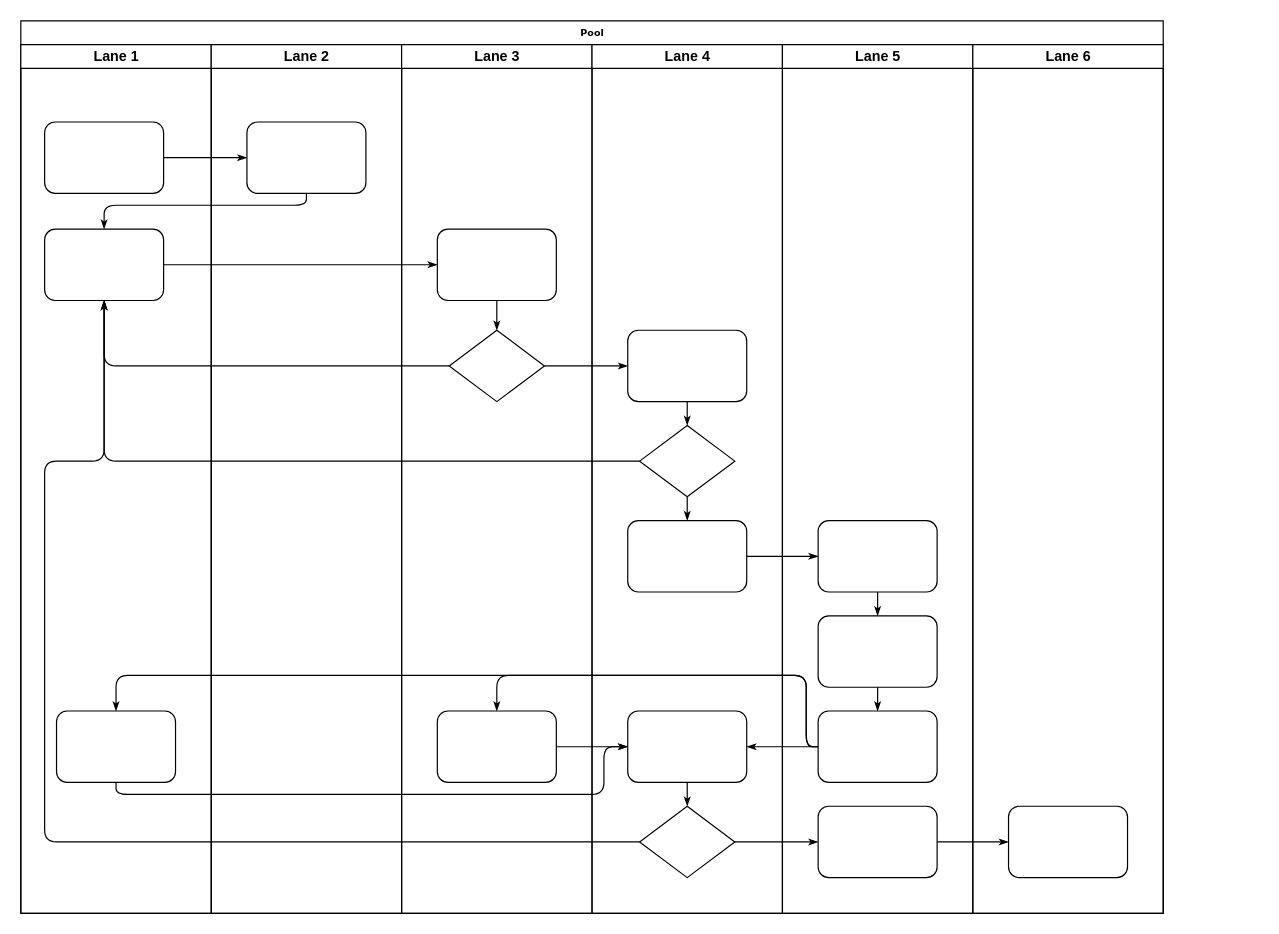
This is Diagrama sem nome.drawio from GabHanna/python, a draw.io file, before an edit. Source tidied: cells renumbered, new cells numbered last; positions are measured from the earlier drawing's top-left corner, leaving out a move shared by most shapes. Both pictures are drawn from the tidied source at 119%, with x=0, y=0 at pixel (20, 20).
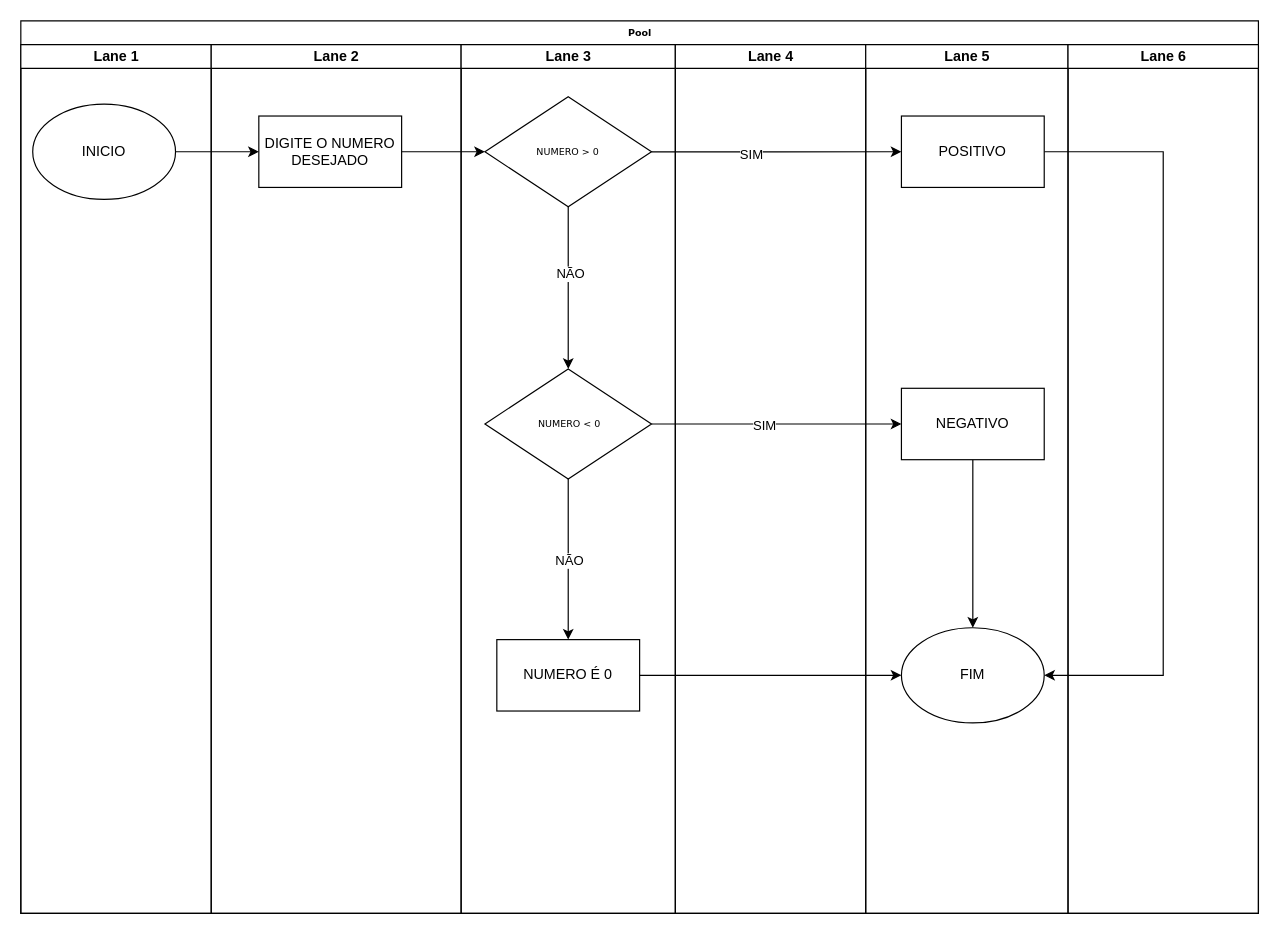
The same diagram, later.

Commit message:
Fluxograma validação do número.drawio

Unchanged cells that the change refers to:
```xml
<mxCell id="3" value="Lane 1" style="swimlane;html=1;startSize=20;" parent="2" vertex="1">
  <mxGeometry y="20" width="160" height="730" as="geometry" />
</mxCell>
```

What changed in the source:
```diff
@@
     <mxCell id="2" value="Pool" style="swimlane;html=1;startSize=20;rounded=0;shadow=0;labelBackgroundColor=none;strokeWidth=1;fontFamily=Verdana;fontSize=8;align=center;" parent="1" vertex="1">
-      <mxGeometry width="960" height="750" as="geometry" />
+      <mxGeometry width="1040" height="750" as="geometry" />
     </mxCell>
@@
-    <mxCell id="4" style="rounded=1;whiteSpace=wrap;html=1;shadow=0;labelBackgroundColor=none;strokeWidth=1;fontFamily=Verdana;fontSize=8;align=center;" parent="3" vertex="1">
-      <mxGeometry x="20" y="65" width="100" height="60" as="geometry" />
-    </mxCell>
-    <mxCell id="5" style="rounded=1;whiteSpace=wrap;html=1;shadow=0;labelBackgroundColor=none;strokeWidth=1;fontFamily=Verdana;fontSize=8;align=center;" parent="3" vertex="1">
-      <mxGeometry x="20" y="155" width="100" height="60" as="geometry" />
-    </mxCell>
-    <mxCell id="6" style="rounded=1;whiteSpace=wrap;html=1;shadow=0;labelBackgroundColor=none;strokeWidth=1;fontFamily=Verdana;fontSize=8;align=center;" parent="3" vertex="1">
-      <mxGeometry x="30" y="560" width="100" height="60" as="geometry" />
-    </mxCell>
-    <mxCell id="7" style="edgeStyle=orthogonalEdgeStyle;rounded=1;html=1;labelBackgroundColor=none;startArrow=none;startFill=0;startSize=5;endArrow=classicThin;endFill=1;endSize=5;jettySize=auto;strokeWidth=1;fontFamily=Verdana;fontSize=8;" parent="2" edge="1" source="4" target="23">
-      <mxGeometry relative="1" as="geometry" />
-    </mxCell>
-    <mxCell id="8" style="edgeStyle=orthogonalEdgeStyle;rounded=1;html=1;labelBackgroundColor=none;startArrow=none;startFill=0;startSize=5;endArrow=classicThin;endFill=1;endSize=5;jettySize=auto;strokeWidth=1;fontFamily=Verdana;fontSize=8;" parent="2" edge="1" source="23" target="5">
-      <mxGeometry relative="1" as="geometry">
-        <Array as="points">
-          <mxPoint x="240" y="155" />
-          <mxPoint x="70" y="155" />
-        </Array>
-      </mxGeometry>
-    </mxCell>
-    <mxCell id="9" style="edgeStyle=orthogonalEdgeStyle;rounded=1;html=1;labelBackgroundColor=none;startArrow=none;startFill=0;startSize=5;endArrow=classicThin;endFill=1;endSize=5;jettySize=auto;strokeWidth=1;fontFamily=Verdana;fontSize=8;" parent="2" edge="1" source="5" target="25">
-      <mxGeometry relative="1" as="geometry" />
-    </mxCell>
-    <mxCell id="10" style="edgeStyle=orthogonalEdgeStyle;rounded=1;html=1;labelBackgroundColor=none;startArrow=none;startFill=0;startSize=5;endArrow=classicThin;endFill=1;endSize=5;jettySize=auto;strokeWidth=1;fontFamily=Verdana;fontSize=8;" parent="2" edge="1" source="26" target="5">
-      <mxGeometry relative="1" as="geometry" />
-    </mxCell>
-    <mxCell id="11" style="edgeStyle=orthogonalEdgeStyle;rounded=1;html=1;labelBackgroundColor=none;startArrow=none;startFill=0;startSize=5;endArrow=classicThin;endFill=1;endSize=5;jettySize=auto;strokeWidth=1;fontFamily=Verdana;fontSize=8;" parent="2" edge="1" source="31" target="5">
-      <mxGeometry relative="1" as="geometry" />
-    </mxCell>
-    <mxCell id="12" style="edgeStyle=orthogonalEdgeStyle;rounded=1;html=1;labelBackgroundColor=none;startArrow=none;startFill=0;startSize=5;endArrow=classicThin;endFill=1;endSize=5;jettySize=auto;strokeWidth=1;fontFamily=Verdana;fontSize=8;" parent="2" edge="1" source="34" target="5">
-      <mxGeometry relative="1" as="geometry">
-        <Array as="points">
-          <mxPoint x="20" y="690" />
-          <mxPoint x="20" y="370" />
-          <mxPoint x="70" y="370" />
-        </Array>
-      </mxGeometry>
-    </mxCell>
-    <mxCell id="13" style="edgeStyle=orthogonalEdgeStyle;rounded=1;html=1;labelBackgroundColor=none;startArrow=none;startFill=0;startSize=5;endArrow=classicThin;endFill=1;endSize=5;jettySize=auto;strokeWidth=1;fontFamily=Verdana;fontSize=8;" parent="2" edge="1" source="26" target="30">
-      <mxGeometry relative="1" as="geometry" />
-    </mxCell>
-    <mxCell id="14" style="edgeStyle=orthogonalEdgeStyle;rounded=1;html=1;labelBackgroundColor=none;startArrow=none;startFill=0;startSize=5;endArrow=classicThin;endFill=1;endSize=5;jettySize=auto;strokeWidth=1;fontFamily=Verdana;fontSize=8;" parent="2" edge="1" source="34" target="42">
-      <mxGeometry relative="1" as="geometry" />
-    </mxCell>
-    <mxCell id="15" style="edgeStyle=orthogonalEdgeStyle;rounded=1;html=1;labelBackgroundColor=none;startArrow=none;startFill=0;startSize=5;endArrow=classicThin;endFill=1;endSize=5;jettySize=auto;strokeWidth=1;fontFamily=Verdana;fontSize=8;" parent="2" edge="1" source="42" target="46">
-      <mxGeometry relative="1" as="geometry" />
-    </mxCell>
-    <mxCell id="16" style="edgeStyle=orthogonalEdgeStyle;rounded=1;html=1;labelBackgroundColor=none;startArrow=none;startFill=0;startSize=5;endArrow=classicThin;endFill=1;endSize=5;jettySize=auto;strokeWidth=1;fontFamily=Verdana;fontSize=8;" parent="2" edge="1" source="32" target="39">
-      <mxGeometry relative="1" as="geometry" />
-    </mxCell>
-    <mxCell id="17" style="edgeStyle=orthogonalEdgeStyle;rounded=1;html=1;labelBackgroundColor=none;startArrow=none;startFill=0;startSize=5;endArrow=classicThin;endFill=1;endSize=5;jettySize=auto;strokeWidth=1;fontFamily=Verdana;fontSize=8;" parent="2" edge="1" source="41" target="27">
-      <mxGeometry relative="1" as="geometry">
-        <Array as="points">
-          <mxPoint x="660" y="610" />
-          <mxPoint x="660" y="550" />
-          <mxPoint x="400" y="550" />
-        </Array>
-      </mxGeometry>
-    </mxCell>
-    <mxCell id="18" style="edgeStyle=orthogonalEdgeStyle;rounded=1;html=1;labelBackgroundColor=none;startArrow=none;startFill=0;startSize=5;endArrow=classicThin;endFill=1;endSize=5;jettySize=auto;strokeColor=#000000;strokeWidth=1;fontFamily=Verdana;fontSize=8;fontColor=#000000;" parent="2" edge="1" source="41" target="33">
-      <mxGeometry relative="1" as="geometry" />
-    </mxCell>
-    <mxCell id="19" style="edgeStyle=orthogonalEdgeStyle;rounded=1;html=1;labelBackgroundColor=none;startArrow=none;startFill=0;startSize=5;endArrow=classicThin;endFill=1;endSize=5;jettySize=auto;strokeWidth=1;fontFamily=Verdana;fontSize=8;" parent="2" edge="1" source="41" target="6">
-      <mxGeometry relative="1" as="geometry">
-        <Array as="points">
-          <mxPoint x="660" y="610" />
-          <mxPoint x="660" y="550" />
-          <mxPoint x="80" y="550" />
-        </Array>
-      </mxGeometry>
-    </mxCell>
-    <mxCell id="20" style="edgeStyle=orthogonalEdgeStyle;rounded=1;html=1;labelBackgroundColor=none;startArrow=none;startFill=0;startSize=5;endArrow=classicThin;endFill=1;endSize=5;jettySize=auto;strokeWidth=1;fontFamily=Verdana;fontSize=8;" parent="2" edge="1" source="6" target="33">
-      <mxGeometry relative="1" as="geometry">
-        <Array as="points">
-          <mxPoint x="80" y="650" />
-          <mxPoint x="490" y="650" />
-          <mxPoint x="490" y="610" />
-        </Array>
-      </mxGeometry>
-    </mxCell>
-    <mxCell id="21" style="edgeStyle=orthogonalEdgeStyle;rounded=1;html=1;labelBackgroundColor=none;startArrow=none;startFill=0;startSize=5;endArrow=classicThin;endFill=1;endSize=5;jettySize=auto;strokeWidth=1;fontFamily=Verdana;fontSize=8;" parent="2" edge="1" source="27" target="33">
-      <mxGeometry relative="1" as="geometry" />
-    </mxCell>
+    <mxCell id="47" value="INICIO" style="ellipse;whiteSpace=wrap;html=1;" parent="3" vertex="1">
+      <mxGeometry x="10" y="50" width="120" height="80" as="geometry" />
+    </mxCell>
     <mxCell id="22" value="Lane 2" style="swimlane;html=1;startSize=20;" parent="2" vertex="1">
-      <mxGeometry x="160" y="20" width="160" height="730" as="geometry" />
+      <mxGeometry x="160" y="20" width="210" height="730" as="geometry" />
     </mxCell>
-    <mxCell id="23" style="rounded=1;whiteSpace=wrap;html=1;shadow=0;labelBackgroundColor=none;strokeWidth=1;fontFamily=Verdana;fontSize=8;align=center;" parent="22" vertex="1">
-      <mxGeometry x="30" y="65" width="100" height="60" as="geometry" />
-    </mxCell>
+    <mxCell id="48" value="DIGITE O NUMERO DESEJADO" style="rounded=0;whiteSpace=wrap;html=1;" parent="22" vertex="1">
+      <mxGeometry x="40" y="60" width="120" height="60" as="geometry" />
+    </mxCell>
     <mxCell id="24" value="Lane 3" style="swimlane;html=1;startSize=20;" parent="2" vertex="1">
-      <mxGeometry x="320" y="20" width="160" height="730" as="geometry" />
+      <mxGeometry x="370" y="20" width="180" height="730" as="geometry" />
     </mxCell>
-    <mxCell id="25" style="rounded=1;whiteSpace=wrap;html=1;shadow=0;labelBackgroundColor=none;strokeWidth=1;fontFamily=Verdana;fontSize=8;align=center;" parent="24" vertex="1">
-      <mxGeometry x="30" y="155" width="100" height="60" as="geometry" />
-    </mxCell>
-    <mxCell id="26" style="rhombus;whiteSpace=wrap;html=1;rounded=0;shadow=0;labelBackgroundColor=none;strokeWidth=1;fontFamily=Verdana;fontSize=8;align=center;" parent="24" vertex="1">
-      <mxGeometry x="40" y="240" width="80" height="60" as="geometry" />
-    </mxCell>
-    <mxCell id="27" style="rounded=1;whiteSpace=wrap;html=1;shadow=0;labelBackgroundColor=none;strokeWidth=1;fontFamily=Verdana;fontSize=8;align=center;" parent="24" vertex="1">
-      <mxGeometry x="30" y="560" width="100" height="60" as="geometry" />
-    </mxCell>
-    <mxCell id="28" style="edgeStyle=orthogonalEdgeStyle;rounded=1;html=1;labelBackgroundColor=none;startArrow=none;startFill=0;startSize=5;endArrow=classicThin;endFill=1;endSize=5;jettySize=auto;strokeWidth=1;fontFamily=Verdana;fontSize=8;" parent="24" edge="1" source="25" target="26">
-      <mxGeometry relative="1" as="geometry" />
-    </mxCell>
+    <mxCell id="49" style="edgeStyle=orthogonalEdgeStyle;rounded=0;jettySize=auto;html=1;entryX=0.5;entryY=0;entryDx=0;entryDy=0;" parent="24" edge="1" source="51" target="54">
+      <mxGeometry relative="1" as="geometry" />
+    </mxCell>
+    <mxCell id="50" value="NÃO" style="edgeLabel;html=1;align=center;verticalAlign=middle;" parent="49" vertex="1">
+      <mxGeometry x="-0.18" y="1" relative="1" as="geometry" />
+    </mxCell>
+    <mxCell id="51" value="NUMERO &amp;gt; 0" style="rhombus;whiteSpace=wrap;html=1;rounded=0;shadow=0;labelBackgroundColor=none;strokeWidth=1;fontFamily=Verdana;fontSize=8;align=center;" parent="24" vertex="1">
+      <mxGeometry x="20" y="43.8" width="140" height="92.5" as="geometry" />
+    </mxCell>
+    <mxCell id="52" style="edgeStyle=orthogonalEdgeStyle;rounded=0;jettySize=auto;html=1;entryX=0.5;entryY=0;entryDx=0;entryDy=0;" parent="24" edge="1" source="54" target="55">
+      <mxGeometry relative="1" as="geometry" />
+    </mxCell>
+    <mxCell id="53" value="NÃO" style="edgeLabel;html=1;align=center;verticalAlign=middle;" parent="52" vertex="1">
+      <mxGeometry x="0.01" relative="1" as="geometry" />
+    </mxCell>
+    <mxCell id="54" value="&amp;nbsp;NUMERO &amp;lt; 0" style="rhombus;whiteSpace=wrap;html=1;rounded=0;shadow=0;labelBackgroundColor=none;strokeWidth=1;fontFamily=Verdana;fontSize=8;align=center;" parent="24" vertex="1">
+      <mxGeometry x="20" y="272.5" width="140" height="92.5" as="geometry" />
+    </mxCell>
+    <mxCell id="55" value="NUMERO É 0" style="rounded=0;whiteSpace=wrap;html=1;" parent="24" vertex="1">
+      <mxGeometry x="30" y="500" width="120" height="60" as="geometry" />
+    </mxCell>
     <mxCell id="29" value="Lane 4" style="swimlane;html=1;startSize=20;" parent="2" vertex="1">
-      <mxGeometry x="480" y="20" width="160" height="730" as="geometry" />
+      <mxGeometry x="550" y="20" width="160" height="730" as="geometry" />
     </mxCell>
-    <mxCell id="30" style="rounded=1;whiteSpace=wrap;html=1;shadow=0;labelBackgroundColor=none;strokeWidth=1;fontFamily=Verdana;fontSize=8;align=center;" parent="29" vertex="1">
-      <mxGeometry x="30" y="240" width="100" height="60" as="geometry" />
-    </mxCell>
-    <mxCell id="31" style="rhombus;whiteSpace=wrap;html=1;rounded=0;shadow=0;labelBackgroundColor=none;strokeWidth=1;fontFamily=Verdana;fontSize=8;align=center;" parent="29" vertex="1">
-      <mxGeometry x="40" y="320" width="80" height="60" as="geometry" />
-    </mxCell>
-    <mxCell id="32" style="rounded=1;whiteSpace=wrap;html=1;shadow=0;labelBackgroundColor=none;strokeWidth=1;fontFamily=Verdana;fontSize=8;align=center;" parent="29" vertex="1">
-      <mxGeometry x="30" y="400" width="100" height="60" as="geometry" />
-    </mxCell>
-    <mxCell id="33" style="rounded=1;whiteSpace=wrap;html=1;shadow=0;labelBackgroundColor=none;strokeWidth=1;fontFamily=Verdana;fontSize=8;align=center;" parent="29" vertex="1">
-      <mxGeometry x="30" y="560" width="100" height="60" as="geometry" />
-    </mxCell>
-    <mxCell id="34" style="rhombus;whiteSpace=wrap;html=1;rounded=0;shadow=0;labelBackgroundColor=none;strokeWidth=1;fontFamily=Verdana;fontSize=8;align=center;" parent="29" vertex="1">
-      <mxGeometry x="40" y="640" width="80" height="60" as="geometry" />
-    </mxCell>
-    <mxCell id="35" style="edgeStyle=orthogonalEdgeStyle;rounded=1;html=1;labelBackgroundColor=none;startArrow=none;startFill=0;startSize=5;endArrow=classicThin;endFill=1;endSize=5;jettySize=auto;strokeColor=#000000;strokeWidth=1;fontFamily=Verdana;fontSize=8;fontColor=#000000;" parent="29" edge="1" source="30" target="31">
-      <mxGeometry relative="1" as="geometry" />
-    </mxCell>
-    <mxCell id="36" style="edgeStyle=orthogonalEdgeStyle;rounded=1;html=1;labelBackgroundColor=none;startArrow=none;startFill=0;startSize=5;endArrow=classicThin;endFill=1;endSize=5;jettySize=auto;strokeWidth=1;fontFamily=Verdana;fontSize=8;" parent="29" edge="1" source="31" target="32">
-      <mxGeometry relative="1" as="geometry" />
-    </mxCell>
-    <mxCell id="37" style="edgeStyle=orthogonalEdgeStyle;rounded=1;html=1;labelBackgroundColor=none;startArrow=none;startFill=0;startSize=5;endArrow=classicThin;endFill=1;endSize=5;jettySize=auto;strokeWidth=1;fontFamily=Verdana;fontSize=8;" parent="29" edge="1" source="33" target="34">
-      <mxGeometry relative="1" as="geometry" />
-    </mxCell>
     <mxCell id="38" value="Lane 5" style="swimlane;html=1;startSize=20;" parent="2" vertex="1">
-      <mxGeometry x="640" y="20" width="160" height="730" as="geometry" />
+      <mxGeometry x="710" y="20" width="170" height="730" as="geometry" />
     </mxCell>
-    <mxCell id="39" style="rounded=1;whiteSpace=wrap;html=1;shadow=0;labelBackgroundColor=none;strokeWidth=1;fontFamily=Verdana;fontSize=8;align=center;" parent="38" vertex="1">
-      <mxGeometry x="30" y="400" width="100" height="60" as="geometry" />
-    </mxCell>
-    <mxCell id="40" style="rounded=1;whiteSpace=wrap;html=1;shadow=0;labelBackgroundColor=none;strokeWidth=1;fontFamily=Verdana;fontSize=8;align=center;" parent="38" vertex="1">
-      <mxGeometry x="30" y="480" width="100" height="60" as="geometry" />
-    </mxCell>
-    <mxCell id="41" style="rounded=1;whiteSpace=wrap;html=1;shadow=0;labelBackgroundColor=none;strokeWidth=1;fontFamily=Verdana;fontSize=8;align=center;" parent="38" vertex="1">
-      <mxGeometry x="30" y="560" width="100" height="60" as="geometry" />
-    </mxCell>
-    <mxCell id="42" style="rounded=1;whiteSpace=wrap;html=1;shadow=0;labelBackgroundColor=none;strokeWidth=1;fontFamily=Verdana;fontSize=8;align=center;" parent="38" vertex="1">
-      <mxGeometry x="30" y="640" width="100" height="60" as="geometry" />
-    </mxCell>
-    <mxCell id="43" style="edgeStyle=orthogonalEdgeStyle;rounded=1;html=1;labelBackgroundColor=none;startArrow=none;startFill=0;startSize=5;endArrow=classicThin;endFill=1;endSize=5;jettySize=auto;strokeWidth=1;fontFamily=Verdana;fontSize=8;" parent="38" edge="1" source="39" target="40">
-      <mxGeometry relative="1" as="geometry" />
-    </mxCell>
-    <mxCell id="44" style="edgeStyle=orthogonalEdgeStyle;rounded=1;html=1;labelBackgroundColor=none;startArrow=none;startFill=0;startSize=5;endArrow=classicThin;endFill=1;endSize=5;jettySize=auto;strokeWidth=1;fontFamily=Verdana;fontSize=8;" parent="38" edge="1" source="40" target="41">
-      <mxGeometry relative="1" as="geometry" />
-    </mxCell>
+    <mxCell id="56" value="FIM" style="ellipse;whiteSpace=wrap;html=1;" parent="38" vertex="1">
+      <mxGeometry x="30" y="490" width="120" height="80" as="geometry" />
+    </mxCell>
+    <mxCell id="57" style="edgeStyle=orthogonalEdgeStyle;rounded=0;jettySize=auto;html=1;entryX=1;entryY=0.5;entryDx=0;entryDy=0;" parent="38" edge="1" source="58" target="56">
+      <mxGeometry relative="1" as="geometry">
+        <Array as="points">
+          <mxPoint x="250" y="90" />
+          <mxPoint x="250" y="530" />
+        </Array>
+      </mxGeometry>
+    </mxCell>
+    <mxCell id="58" value="POSITIVO" style="rounded=0;whiteSpace=wrap;html=1;" parent="38" vertex="1">
+      <mxGeometry x="30" y="60" width="120" height="60" as="geometry" />
+    </mxCell>
+    <mxCell id="59" style="edgeStyle=orthogonalEdgeStyle;rounded=0;jettySize=auto;html=1;entryX=0.5;entryY=0;entryDx=0;entryDy=0;" parent="38" edge="1" source="60" target="56">
+      <mxGeometry relative="1" as="geometry" />
+    </mxCell>
+    <mxCell id="60" value="NEGATIVO" style="rounded=0;whiteSpace=wrap;html=1;" parent="38" vertex="1">
+      <mxGeometry x="30" y="288.8" width="120" height="60" as="geometry" />
+    </mxCell>
     <mxCell id="45" value="Lane 6" style="swimlane;html=1;startSize=20;" parent="2" vertex="1">
-      <mxGeometry x="800" y="20" width="160" height="730" as="geometry" />
+      <mxGeometry x="880" y="20" width="160" height="730" as="geometry" />
     </mxCell>
-    <mxCell id="46" style="rounded=1;whiteSpace=wrap;html=1;shadow=0;labelBackgroundColor=none;strokeWidth=1;fontFamily=Verdana;fontSize=8;align=center;" parent="45" vertex="1">
-      <mxGeometry x="30" y="640" width="100" height="60" as="geometry" />
-    </mxCell>
+    <mxCell id="61" style="edgeStyle=orthogonalEdgeStyle;rounded=0;jettySize=auto;html=1;entryX=0;entryY=0.5;entryDx=0;entryDy=0;" parent="2" edge="1" source="51" target="58">
+      <mxGeometry relative="1" as="geometry" />
+    </mxCell>
+    <mxCell id="62" value="SIM" style="edgeLabel;html=1;align=center;verticalAlign=middle;" parent="61" vertex="1">
+      <mxGeometry x="-0.2" y="-1" relative="1" as="geometry">
+        <mxPoint y="1" as="offset" />
+      </mxGeometry>
+    </mxCell>
+    <mxCell id="63" style="edgeStyle=orthogonalEdgeStyle;rounded=0;jettySize=auto;html=1;entryX=0;entryY=0.5;entryDx=0;entryDy=0;" parent="2" edge="1" source="54" target="60">
+      <mxGeometry relative="1" as="geometry" />
+    </mxCell>
+    <mxCell id="64" value="&lt;div&gt;SIM&lt;br&gt;&lt;/div&gt;" style="edgeLabel;html=1;align=center;verticalAlign=middle;" parent="63" vertex="1">
+      <mxGeometry x="-0.1" y="-1" relative="1" as="geometry" />
+    </mxCell>
+    <mxCell id="65" style="edgeStyle=orthogonalEdgeStyle;rounded=0;jettySize=auto;html=1;entryX=0;entryY=0.5;entryDx=0;entryDy=0;" parent="2" edge="1" source="47" target="48">
+      <mxGeometry relative="1" as="geometry" />
+    </mxCell>
+    <mxCell id="66" style="edgeStyle=orthogonalEdgeStyle;rounded=0;jettySize=auto;html=1;entryX=0;entryY=0.5;entryDx=0;entryDy=0;" parent="2" edge="1" source="48" target="51">
+      <mxGeometry relative="1" as="geometry" />
+    </mxCell>
+    <mxCell id="67" style="edgeStyle=orthogonalEdgeStyle;rounded=0;jettySize=auto;html=1;entryX=0;entryY=0.5;entryDx=0;entryDy=0;" parent="2" edge="1" source="55" target="56">
+      <mxGeometry relative="1" as="geometry" />
+    </mxCell>
```
